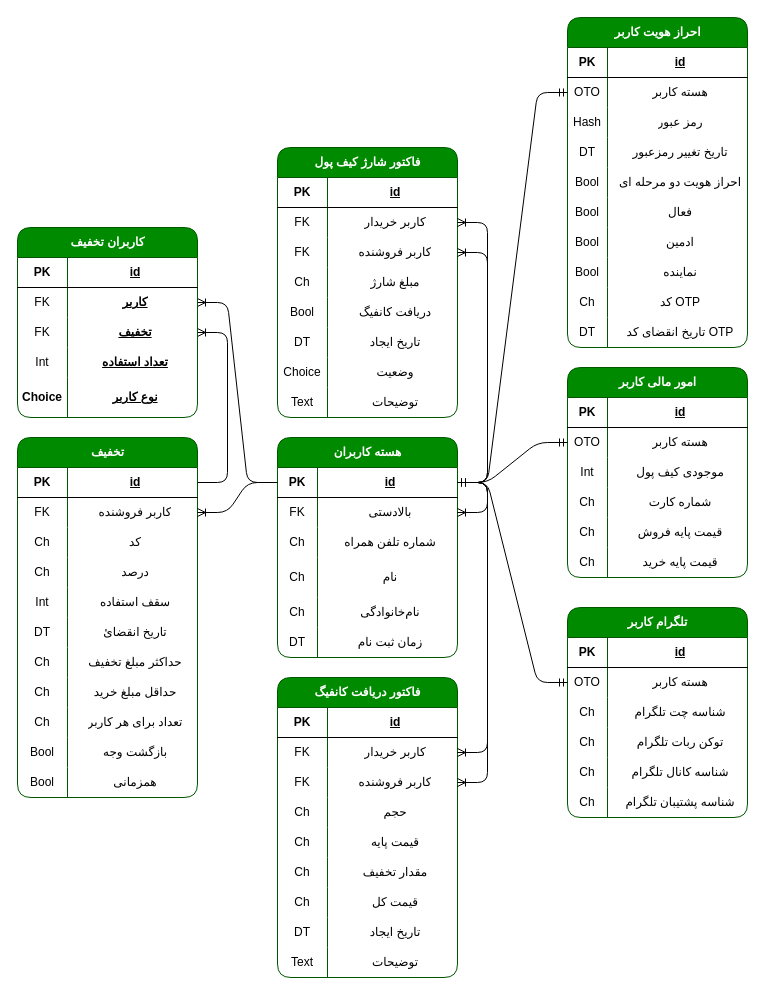
The draw.io diagram DBMap.drawio in rasraz/representative_panel, before the edit. Source tidied: cells renumbered, new cells numbered last; positions are measured from the earlier drawing's top-left corner, leaving out a move shared by most shapes. Both pictures are drawn from the tidied source at 100%, with x=0, y=0 at pixel (17, 17).
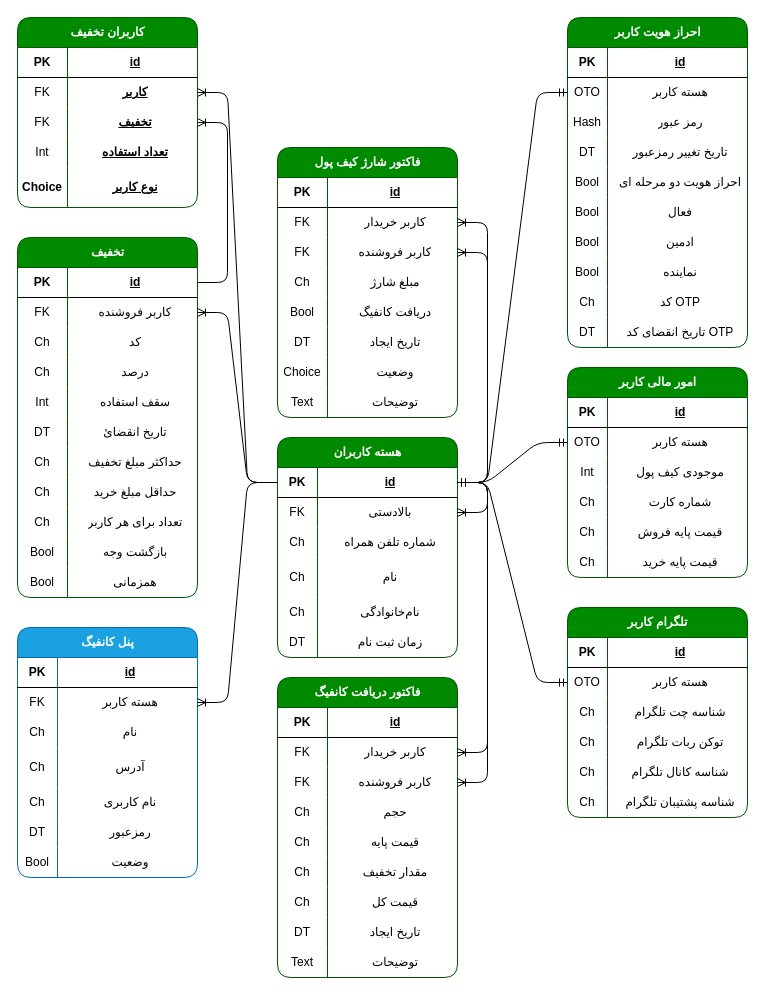
After the change.

The change refers to these unchanged cells:
```xml
<mxCell id="65" style="shape=tableRow;horizontal=0;startSize=0;swimlaneHead=0;swimlaneBody=0;fillColor=none;points=[[0,0.5],[1,0.5]];portConstraint=eastwest;top=0;left=0;right=0;bottom=1;swimlaneFillColor=default;" parent="64" vertex="1">
  <mxGeometry y="30" width="180" height="30" as="geometry" />
</mxCell>
```

What changed in the source:
```diff
@@
     <mxCell id="29" value="تخفیف" style="shape=table;startSize=30;childLayout=tableLayout;rowLines=0;fontStyle=1;align=center;html=1;rounded=1;fillColor=#008a00;fontColor=#ffffff;strokeColor=#005700;swimlaneFillColor=default;" parent="1" vertex="1">
-      <mxGeometry y="420" width="180" height="360" as="geometry" />
+      <mxGeometry y="220" width="180" height="360" as="geometry" />
     </mxCell>
@@
     <mxCell id="158" value="کاربران تخفیف" style="shape=table;startSize=30;childLayout=tableLayout;rowLines=0;fontStyle=1;align=center;html=1;rounded=1;fillColor=#008a00;fontColor=#ffffff;strokeColor=#005700;swimlaneFillColor=default;" parent="1" vertex="1">
-      <mxGeometry y="210" width="180" height="190" as="geometry" />
+      <mxGeometry width="180" height="190" as="geometry" />
     </mxCell>
@@
+    <mxCell id="204" value="پنل کانفیگ" style="shape=table;startSize=30;childLayout=tableLayout;rowLines=0;fontStyle=1;align=center;html=1;rounded=1;fillColor=#1ba1e2;fontColor=#ffffff;strokeColor=#006EAF;swimlaneFillColor=default;" parent="1" vertex="1">
+      <mxGeometry y="610" width="180" height="250" as="geometry" />
+    </mxCell>
+    <mxCell id="205" style="shape=tableRow;horizontal=0;startSize=0;swimlaneHead=0;swimlaneBody=0;fillColor=none;top=0;left=0;right=0;bottom=1;swimlaneFillColor=default;" parent="204" vertex="1">
+      <mxGeometry y="30" width="180" height="30" as="geometry" />
+    </mxCell>
+    <mxCell id="206" value="PK" style="shape=partialRectangle;fillColor=none;top=0;left=0;bottom=0;right=0;fontStyle=1;overflow=hidden;whiteSpace=wrap;html=1;swimlaneFillColor=default;" parent="205" vertex="1">
+      <mxGeometry width="40" height="30" as="geometry" />
+    </mxCell>
+    <mxCell id="207" value="id" style="shape=partialRectangle;fillColor=none;top=0;left=0;bottom=0;right=0;align=center;spacingLeft=6;fontStyle=5;overflow=hidden;whiteSpace=wrap;html=1;swimlaneFillColor=default;" parent="205" vertex="1">
+      <mxGeometry x="40" width="140" height="30" as="geometry" />
+    </mxCell>
+    <mxCell id="208" style="shape=tableRow;horizontal=0;startSize=0;swimlaneHead=0;swimlaneBody=0;fillColor=none;points=[[0,0.5],[1,0.5]];portConstraint=eastwest;top=0;left=0;right=0;bottom=0;swimlaneFillColor=default;fontColor=#ffffff;strokeColor=#006EAF;" parent="204" vertex="1">
+      <mxGeometry y="60" width="180" height="30" as="geometry" />
+    </mxCell>
+    <mxCell id="209" value="FK" style="shape=partialRectangle;fillColor=none;top=0;left=0;bottom=0;right=0;overflow=hidden;whiteSpace=wrap;html=1;swimlaneFillColor=default;" parent="208" vertex="1">
+      <mxGeometry width="40" height="30" as="geometry" />
+    </mxCell>
+    <mxCell id="210" value="هسته کاربر" style="shape=partialRectangle;fillColor=none;top=0;left=0;bottom=0;right=0;align=center;spacingLeft=6;overflow=hidden;whiteSpace=wrap;html=1;swimlaneFillColor=default;" parent="208" vertex="1">
+      <mxGeometry x="40" width="140" height="30" as="geometry" />
+    </mxCell>
+    <mxCell id="211" style="shape=tableRow;horizontal=0;startSize=0;swimlaneHead=0;swimlaneBody=0;fillColor=none;top=0;left=0;right=0;bottom=0;swimlaneFillColor=default;" parent="204" vertex="1">
+      <mxGeometry y="90" width="180" height="30" as="geometry" />
+    </mxCell>
+    <mxCell id="212" value="Ch" style="shape=partialRectangle;fillColor=none;top=0;left=0;bottom=0;right=0;overflow=hidden;whiteSpace=wrap;html=1;swimlaneFillColor=default;" parent="211" vertex="1">
+      <mxGeometry width="40" height="30" as="geometry" />
+    </mxCell>
+    <mxCell id="213" value="نام" style="shape=partialRectangle;fillColor=none;top=0;left=0;bottom=0;right=0;align=center;spacingLeft=6;overflow=hidden;whiteSpace=wrap;html=1;swimlaneFillColor=default;" parent="211" vertex="1">
+      <mxGeometry x="40" width="140" height="30" as="geometry" />
+    </mxCell>
+    <mxCell id="214" style="shape=tableRow;horizontal=0;startSize=0;swimlaneHead=0;swimlaneBody=0;fillColor=none;top=0;left=0;right=0;bottom=0;swimlaneFillColor=default;" parent="204" vertex="1">
+      <mxGeometry y="120" width="180" height="40" as="geometry" />
+    </mxCell>
+    <mxCell id="215" value="Ch" style="shape=partialRectangle;fillColor=none;top=0;left=0;bottom=0;right=0;overflow=hidden;whiteSpace=wrap;html=1;swimlaneFillColor=default;" parent="214" vertex="1">
+      <mxGeometry width="40" height="40" as="geometry" />
+    </mxCell>
+    <mxCell id="216" value="آدرس" style="shape=partialRectangle;fillColor=none;top=0;left=0;bottom=0;right=0;align=center;spacingLeft=6;overflow=hidden;whiteSpace=wrap;html=1;swimlaneFillColor=default;" parent="214" vertex="1">
+      <mxGeometry x="40" width="140" height="40" as="geometry" />
+    </mxCell>
+    <mxCell id="217" style="shape=tableRow;horizontal=0;startSize=0;swimlaneHead=0;swimlaneBody=0;fillColor=none;top=0;left=0;right=0;bottom=0;swimlaneFillColor=default;" parent="204" vertex="1">
+      <mxGeometry y="160" width="180" height="30" as="geometry" />
+    </mxCell>
+    <mxCell id="218" value="Ch" style="shape=partialRectangle;fillColor=none;top=0;left=0;bottom=0;right=0;overflow=hidden;whiteSpace=wrap;html=1;swimlaneFillColor=default;" parent="217" vertex="1">
+      <mxGeometry width="40" height="30" as="geometry" />
+    </mxCell>
+    <mxCell id="219" value="نام کاربری" style="shape=partialRectangle;fillColor=none;top=0;left=0;bottom=0;right=0;align=center;spacingLeft=6;overflow=hidden;whiteSpace=wrap;html=1;swimlaneFillColor=default;" parent="217" vertex="1">
+      <mxGeometry x="40" width="140" height="30" as="geometry" />
+    </mxCell>
+    <mxCell id="220" style="shape=tableRow;horizontal=0;startSize=0;swimlaneHead=0;swimlaneBody=0;fillColor=none;top=0;left=0;right=0;bottom=0;swimlaneFillColor=default;" parent="204" vertex="1">
+      <mxGeometry y="190" width="180" height="30" as="geometry" />
+    </mxCell>
+    <mxCell id="221" value="DT" style="shape=partialRectangle;fillColor=none;top=0;left=0;bottom=0;right=0;overflow=hidden;whiteSpace=wrap;html=1;swimlaneFillColor=default;" parent="220" vertex="1">
+      <mxGeometry width="40" height="30" as="geometry" />
+    </mxCell>
+    <mxCell id="222" value="رمزعبور" style="shape=partialRectangle;fillColor=none;top=0;left=0;bottom=0;right=0;align=center;spacingLeft=6;overflow=hidden;whiteSpace=wrap;html=1;swimlaneFillColor=default;" parent="220" vertex="1">
+      <mxGeometry x="40" width="140" height="30" as="geometry" />
+    </mxCell>
+    <mxCell id="223" style="shape=tableRow;horizontal=0;startSize=0;swimlaneHead=0;swimlaneBody=0;fillColor=none;top=0;left=0;right=0;bottom=0;swimlaneFillColor=default;" parent="204" vertex="1">
+      <mxGeometry y="220" width="180" height="30" as="geometry" />
+    </mxCell>
+    <mxCell id="224" value="Bool" style="shape=partialRectangle;fillColor=none;top=0;left=0;bottom=0;right=0;overflow=hidden;whiteSpace=wrap;html=1;swimlaneFillColor=default;" parent="223" vertex="1">
+      <mxGeometry width="40" height="30" as="geometry" />
+    </mxCell>
+    <mxCell id="225" value="وضعیت" style="shape=partialRectangle;fillColor=none;top=0;left=0;bottom=0;right=0;align=center;spacingLeft=6;overflow=hidden;whiteSpace=wrap;html=1;swimlaneFillColor=default;" parent="223" vertex="1">
+      <mxGeometry x="40" width="140" height="30" as="geometry" />
+    </mxCell>
+    <mxCell id="226" style="edgeStyle=entityRelationEdgeStyle;fontSize=12;html=1;endArrow=ERoneToMany;rounded=1;curved=0;" parent="1" edge="1" source="65" target="208">
+      <mxGeometry relative="1" as="geometry">
+        <Array as="points">
+          <mxPoint x="-69" y="740" />
+        </Array>
+      </mxGeometry>
+    </mxCell>
```
